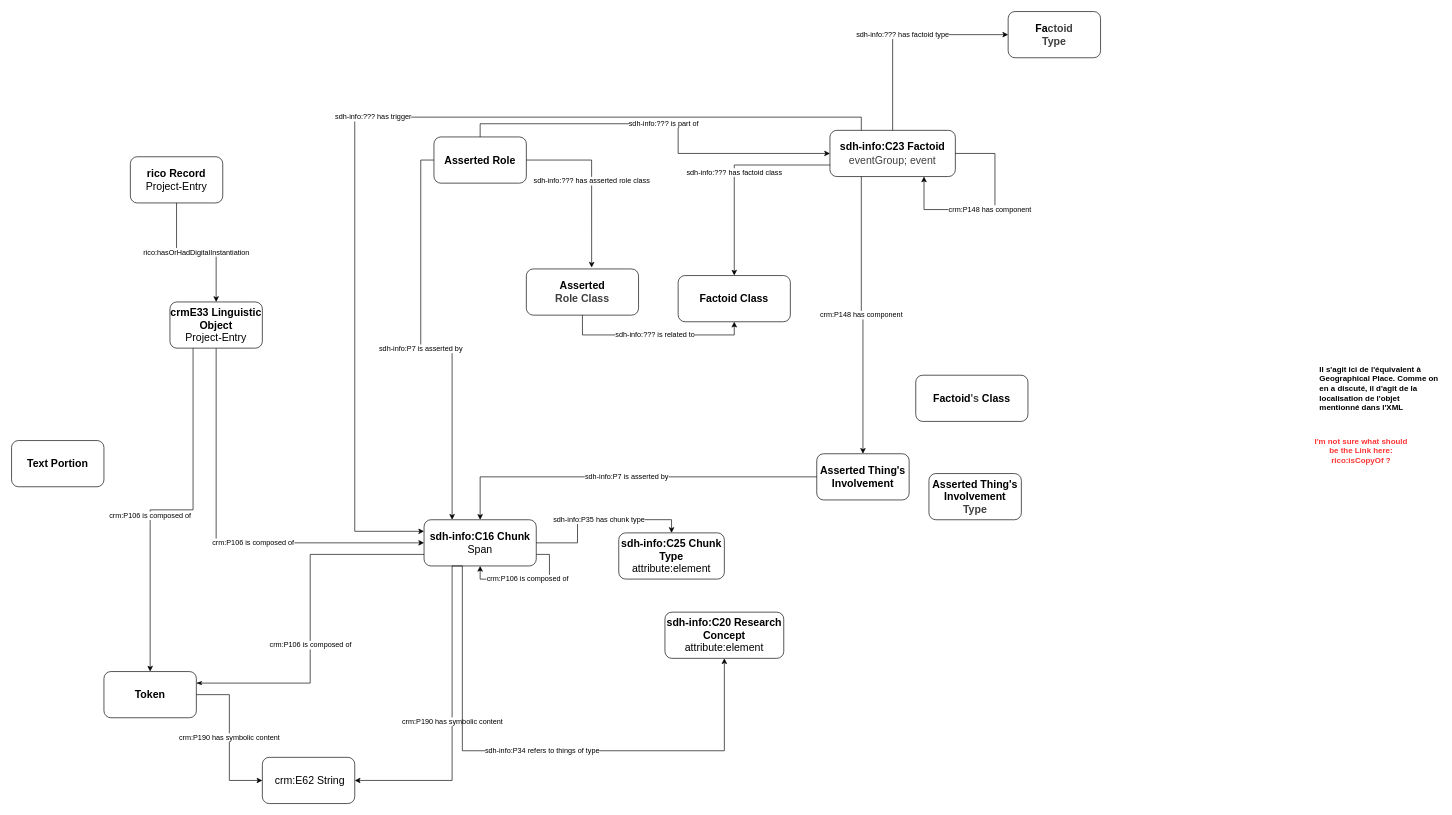
This is documentation/spans_events_mapping.drawio from history-unibas/economies-of-space-lod, a draw.io file, before an edit. Source tidied: cells renumbered, new cells numbered last; positions are measured from the earlier drawing's top-left corner, leaving out a move shared by most shapes. Both pictures are drawn from the tidied source at 66%, with x=0, y=0 at pixel (11, 11).
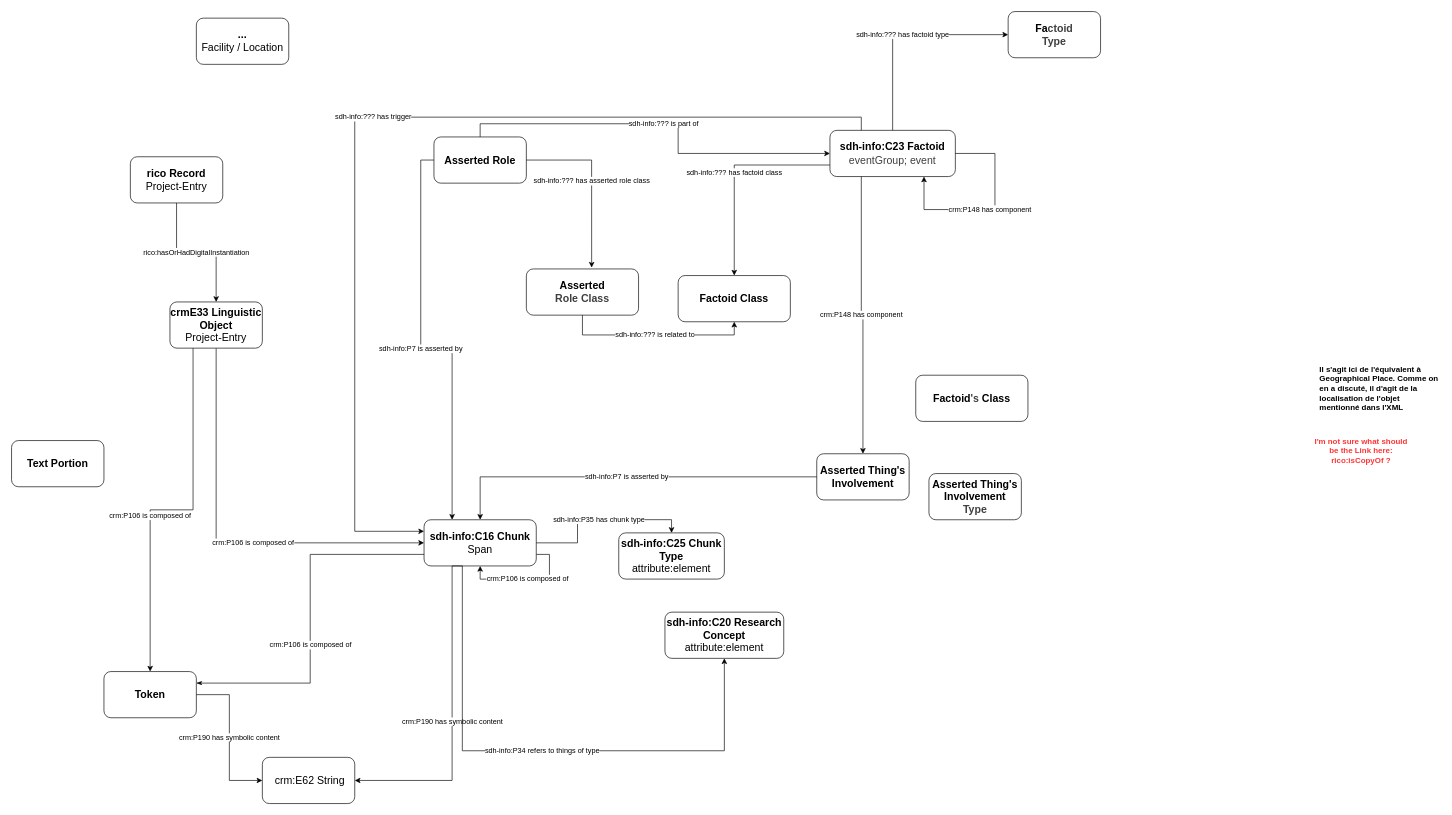
The same diagram, later.

Commit message (it also covers changes not shown here):
mapping of oarhival metadata discussion

What changed in the source:
```diff
@@
+    <mxCell id="39" value="...&lt;div&gt;&lt;span style=&quot;font-weight: normal;&quot;&gt;Facility / Location&lt;/span&gt;&lt;/div&gt;" style="rounded=1;whiteSpace=wrap;html=1;fillColor=#ffffff;fontSize=16;fontStyle=1;" parent="1" vertex="1">
+      <mxGeometry x="280" y="10" width="140" height="70" as="geometry" />
+    </mxCell>
```
